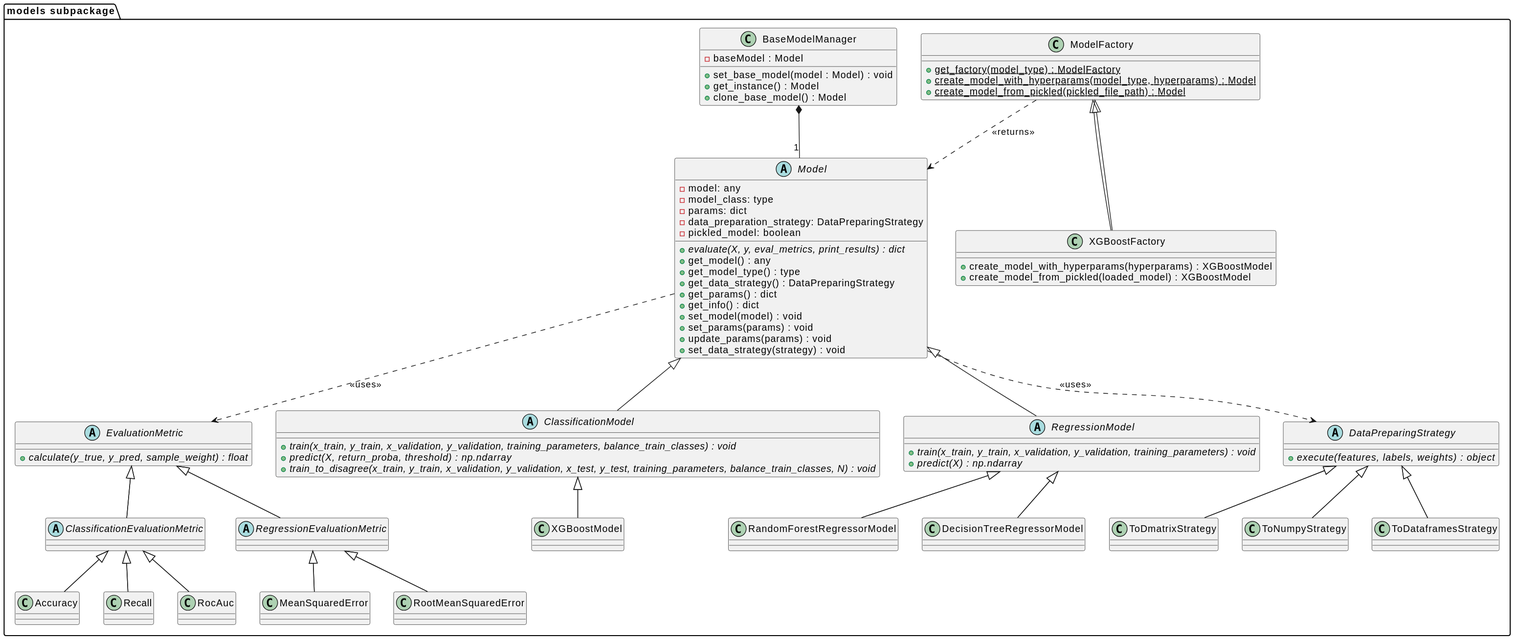
MEDomics-UdeS/MED3pa keeps this PlantUML diagram as docs/diagrams/models.svg. Above is the earlier version.
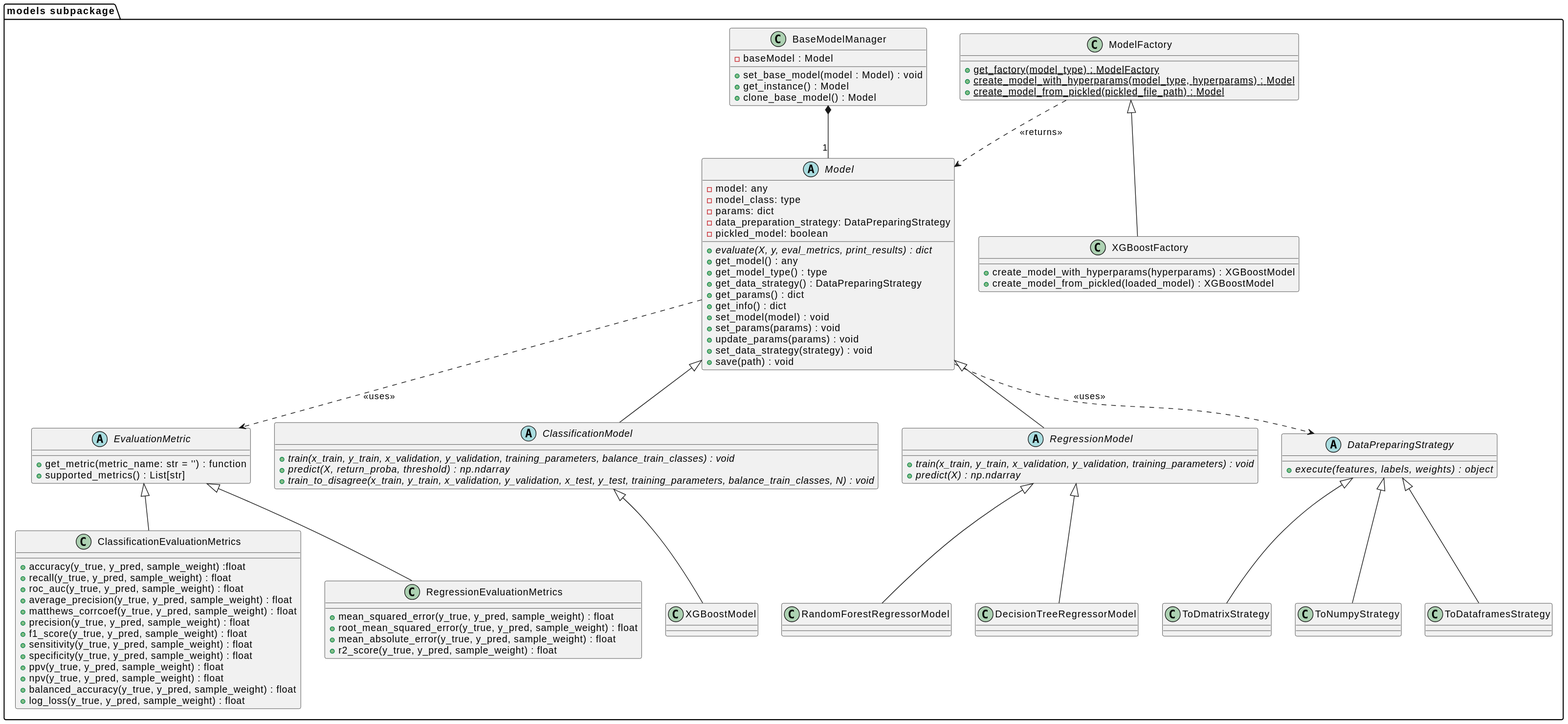
The same diagram one commit later.

Diff of the diagram source:
```diff
@@ -1,28 +1,31 @@
 @startuml
 package "models subpackage"{
   abstract class EvaluationMetric {
-      {abstract} +calculate(y_true, y_pred, sample_weight) : float
+      +get_metric(metric_name: str = '') : function
+      +supported_metrics() : List[str]
   }
 
-  abstract class ClassificationEvaluationMetric extends EvaluationMetric {
+  class ClassificationEvaluationMetrics extends EvaluationMetric {
+      +accuracy(y_true, y_pred, sample_weight) :float
+      +recall(y_true, y_pred, sample_weight) : float
+      +roc_auc(y_true, y_pred, sample_weight) : float
+      +average_precision(y_true, y_pred, sample_weight) : float
+      +matthews_corrcoef(y_true, y_pred, sample_weight) : float
+      +precision(y_true, y_pred, sample_weight) : float
+      +f1_score(y_true, y_pred, sample_weight) : float
+      +sensitivity(y_true, y_pred, sample_weight) : float
+      +specificity(y_true, y_pred, sample_weight) : float
+      +ppv(y_true, y_pred, sample_weight) : float
+      +npv(y_true, y_pred, sample_weight) : float
+      +balanced_accuracy(y_true, y_pred, sample_weight) : float
+      +log_loss(y_true, y_pred, sample_weight) : float
   }
 
-  abstract class RegressionEvaluationMetric extends EvaluationMetric {
-  }
-
-  class Accuracy extends ClassificationEvaluationMetric {
-  }
-
-  class Recall extends ClassificationEvaluationMetric {
-  }
-
-  class RocAuc extends ClassificationEvaluationMetric {
-  }
-
-  class MeanSquaredError extends RegressionEvaluationMetric {
-  }
-
-  class RootMeanSquaredError extends RegressionEvaluationMetric {
+  class RegressionEvaluationMetrics extends EvaluationMetric {
+      +mean_squared_error(y_true, y_pred, sample_weight) : float
+      +root_mean_squared_error(y_true, y_pred, sample_weight) : float
+      +mean_absolute_error(y_true, y_pred, sample_weight) : float
+      +r2_score(y_true, y_pred, sample_weight) : float
   }
 
   abstract class Model {
@@ -41,6 +44,8 @@
       +set_params(params) : void
       +update_params(params) : void
       +set_data_strategy(strategy) : void
+      +save(path) : void
+
   }
 
   abstract class ClassificationModel extends Model {
@@ -94,27 +99,12 @@
       +create_model_from_pickled(loaded_model) : XGBoostModel
   }
 
-  EvaluationMetric <|-- ClassificationEvaluationMetric
-  EvaluationMetric <|-- RegressionEvaluationMetric
-  ClassificationEvaluationMetric <|-- Accuracy
-  ClassificationEvaluationMetric <|-- Recall
-  ClassificationEvaluationMetric <|-- RocAuc
-  RegressionEvaluationMetric <|-- MeanSquaredError
-  RegressionEvaluationMetric <|-- RootMeanSquaredError
 
   BaseModelManager *--"1" Model
-  ClassificationModel <|-- XGBoostModel
-  RegressionModel <|-- RandomForestRegressorModel
-  RegressionModel <|-- DecisionTreeRegressorModel
 
   Model ..> DataPreparingStrategy : <<uses>>
   Model ..> EvaluationMetric : <<uses>>
 
-  DataPreparingStrategy <|-- ToDmatrixStrategy
-  DataPreparingStrategy <|-- ToNumpyStrategy
-  DataPreparingStrategy <|-- ToDataframesStrategy
-
-  ModelFactory <|-- XGBoostFactory
   ModelFactory ..> Model : <<returns>>
 }
 @enduml
```
